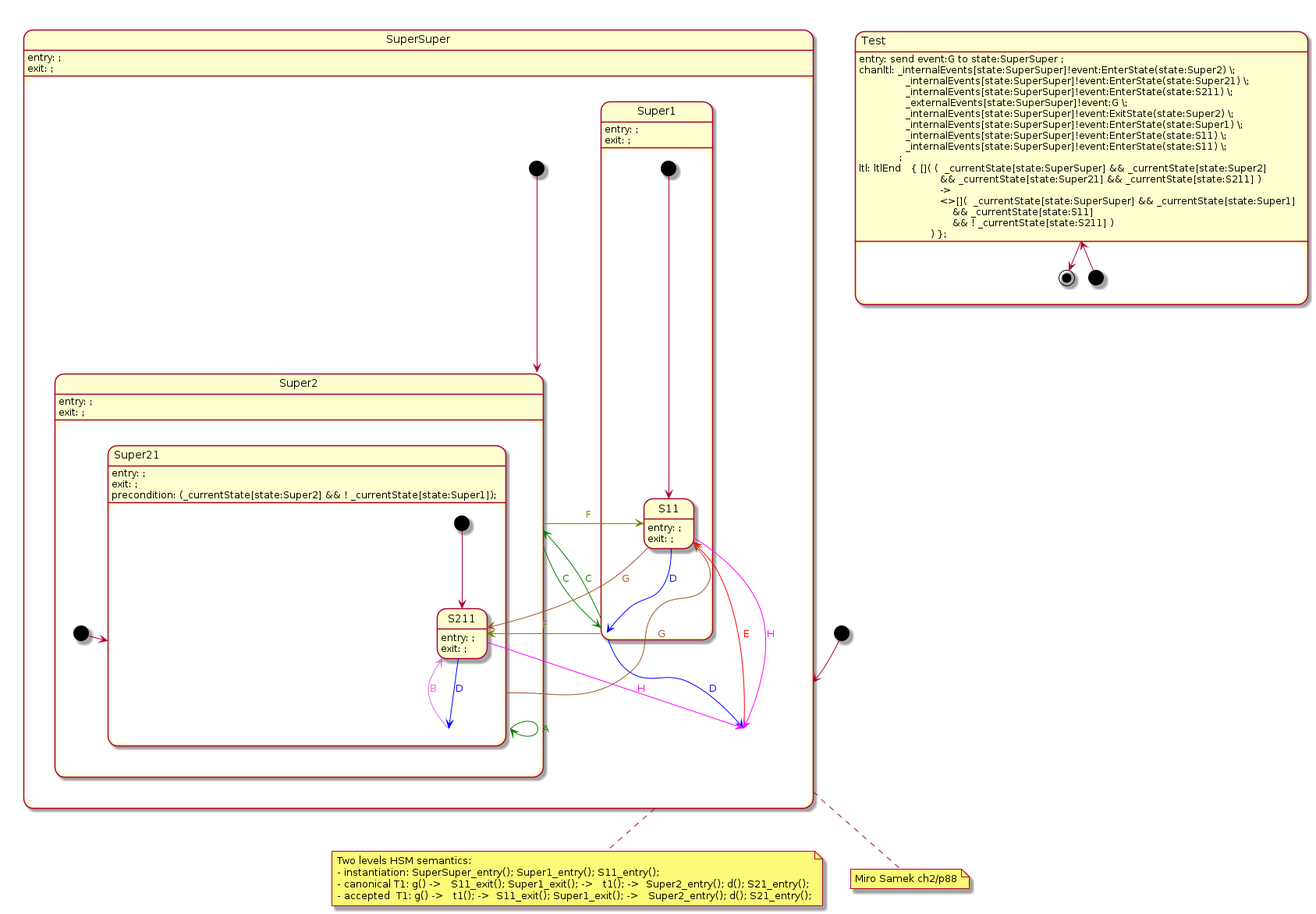
The PlantUML diagram plantuml/hsm/samek-g.png in melintea/upml, before a commit. Its source is kept beside it as plantuml/hsm/samek-g.plantuml.
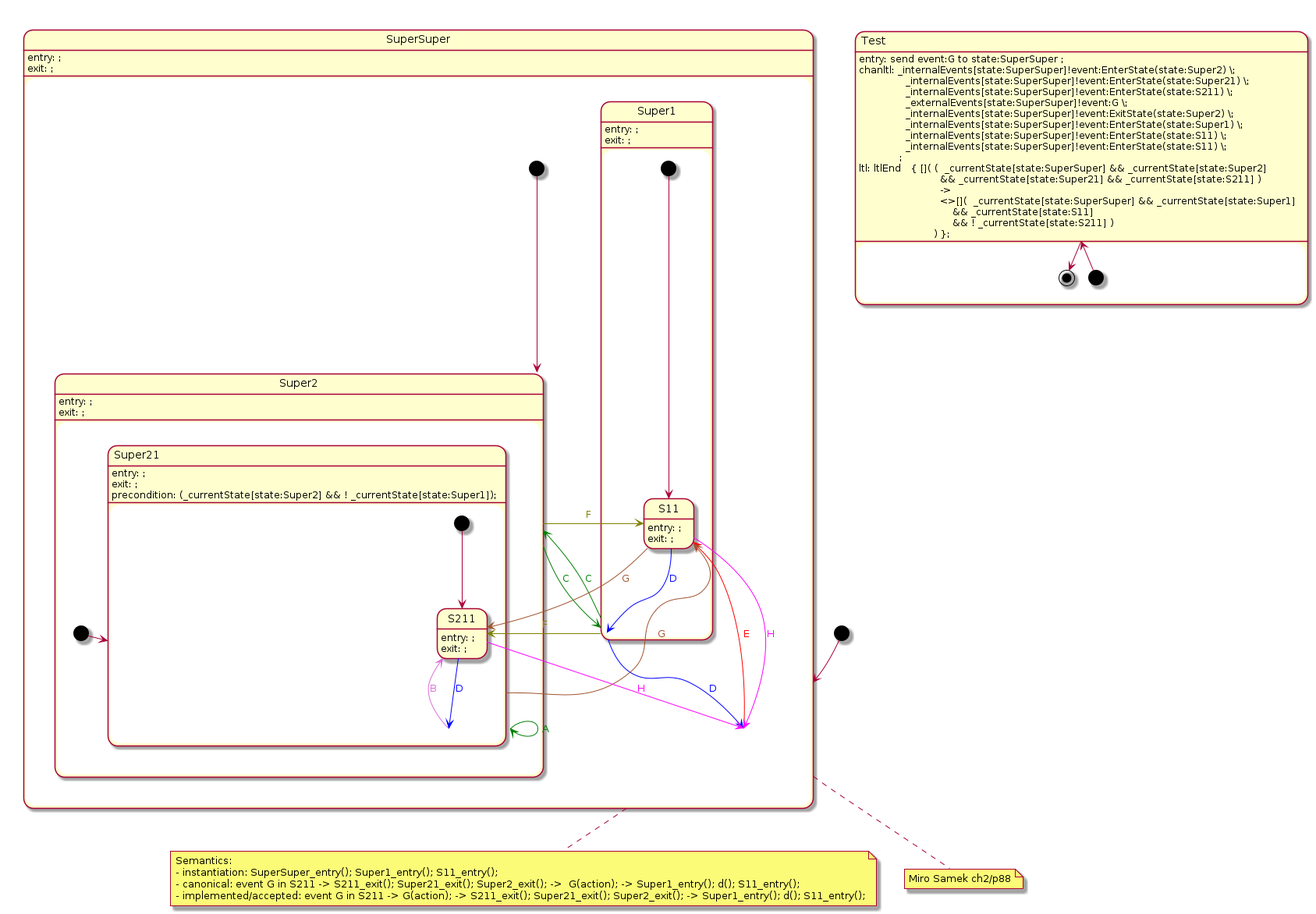
The same diagram one commit later.

What changed in the source:
```diff
@@ -1,10 +1,10 @@
 @startuml
 
 note bottom of SuperSuper
-  Two levels HSM semantics:
+  Semantics:
   - instantiation: SuperSuper_entry(); Super1_entry(); S11_entry();
-  - canonical T1: g() ->   S11_exit(); Super1_exit(); ->   t1(); ->  Super2_entry(); d(); S21_entry();
-  - accepted  T1: g() ->   t1(); ->  S11_exit(); Super1_exit(); ->   Super2_entry(); d(); S21_entry();
+  - canonical: event G in S211 -> S211_exit(); Super21_exit(); Super2_exit(); ->  G(action); -> Super1_entry(); d(); S11_entry();
+  - implemented/accepted: event G in S211 -> G(action); -> S211_exit(); Super21_exit(); Super2_exit(); -> Super1_entry(); d(); S11_entry();
 end note
 note bottom of SuperSuper
  Miro Samek ch2/p88
```
